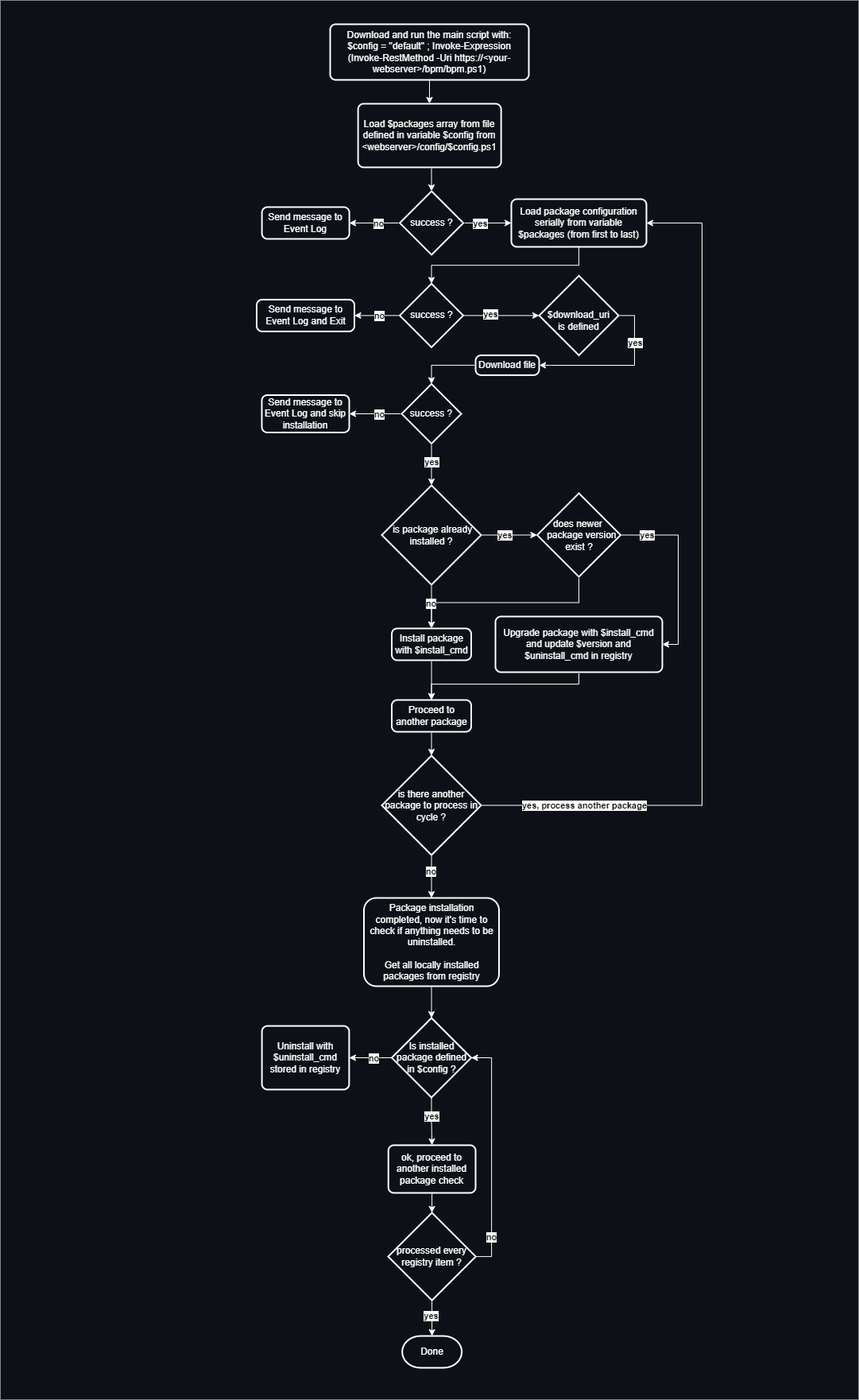
Before: bpm.png, a diagram exported from draw.io (lukasbalonek/bpm). Source tidied: cells renumbered, new cells last; positions are measured from the earlier drawing's top-left corner, leaving out a move shared by most shapes.
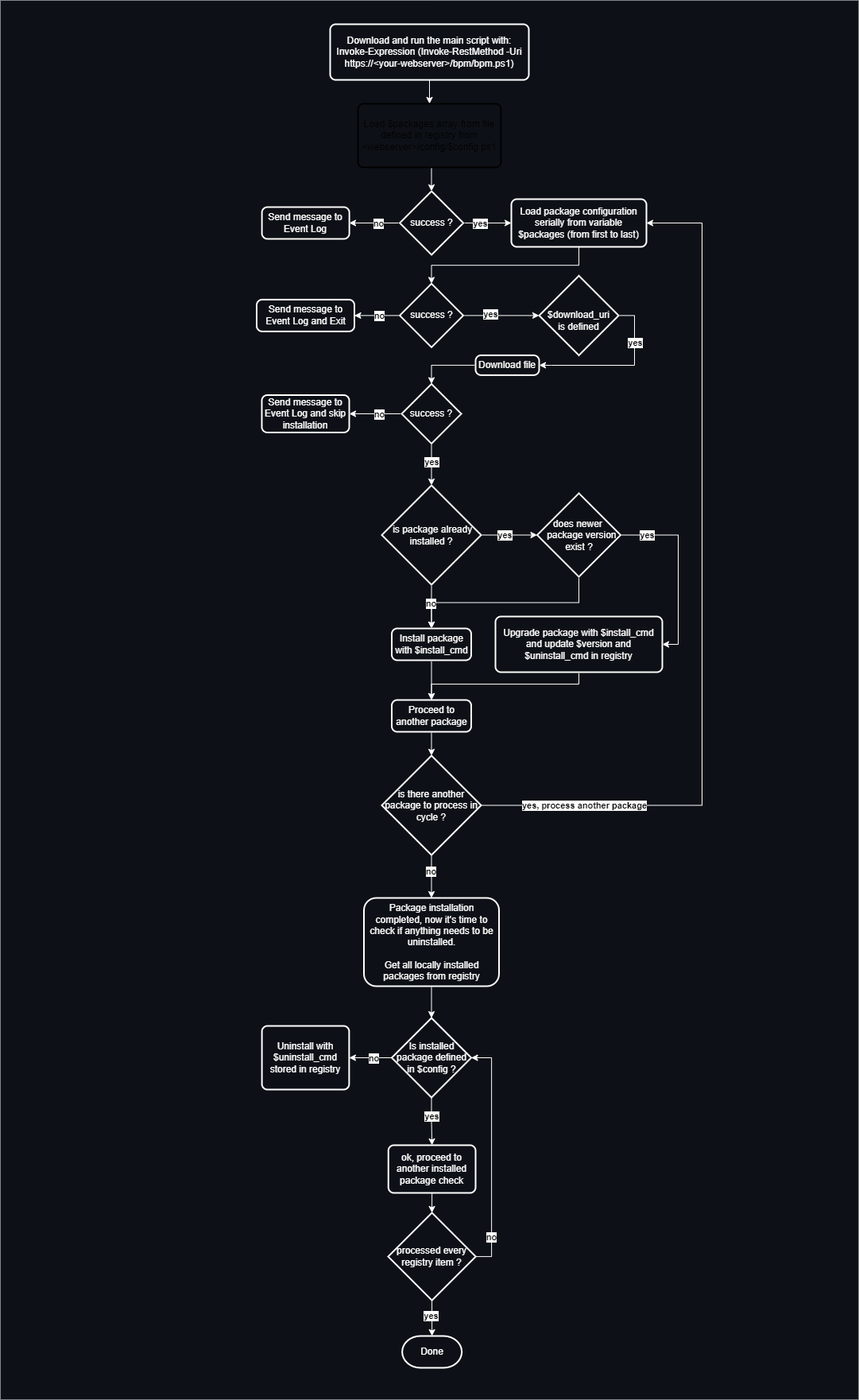
The same file after the commit.

What changed in the source:
```diff
@@ -11,7 +11,7 @@
     <mxCell id="4" style="edgeStyle=orthogonalEdgeStyle;rounded=0;jettySize=auto;exitX=0.5;exitY=1;exitDx=0;exitDy=0;entryX=0.5;entryY=0;entryDx=0;entryDy=0;entryPerimeter=0;strokeColor=#FFFFFF;fontColor=#FFFFFF;labelBackgroundColor=#FFFFFF;labelBorderColor=none;html=1;" parent="1" edge="1" source="5" target="22">
       <mxGeometry relative="1" as="geometry" />
     </mxCell>
-    <mxCell id="5" value="Load $packages array from file defined in variable $config from &amp;lt;webserver&amp;gt;/config/$config.ps1" style="rounded=1;whiteSpace=wrap;html=1;absoluteArcSize=1;arcSize=14;strokeWidth=2;strokeColor=default;fillColor=none;" parent="1" vertex="1">
+    <mxCell id="5" value="Load $packages array from file defined in registry from &amp;lt;webserver&amp;gt;/config/$config.ps1" style="rounded=1;whiteSpace=wrap;html=1;absoluteArcSize=1;arcSize=14;strokeWidth=2;strokeColor=default;fillColor=none;" parent="1" vertex="1">
       <mxGeometry x="450" y="130" width="180" height="80" as="geometry" />
     </mxCell>
     <mxCell id="6" style="edgeStyle=orthogonalEdgeStyle;rounded=0;jettySize=auto;exitX=0.5;exitY=1;exitDx=0;exitDy=0;entryX=0.5;entryY=0;entryDx=0;entryDy=0;entryPerimeter=0;strokeColor=#FFFFFF;fontColor=#FFFFFF;labelBackgroundColor=#FFFFFF;labelBorderColor=none;html=1;" parent="1" edge="1" source="7" target="28">
@@ -188,7 +188,7 @@
     <mxCell id="52" value="ok, proceed to another installed package check" style="rounded=1;whiteSpace=wrap;html=1;absoluteArcSize=1;arcSize=14;strokeWidth=2;strokeColor=#FFFFFF;fillColor=none;perimeterSpacing=0;shadow=0;fontColor=#FFFFFF;fillStyle=solid;" parent="1" vertex="1">
       <mxGeometry x="488.2" y="1440" width="109.8" height="60" as="geometry" />
     </mxCell>
-    <mxCell id="53" value="Download and run the main script with: &lt;br&gt;$config = &quot;default&quot; ; Invoke-Expression (Invoke-RestMethod -Uri https://&amp;lt;your-webserver&amp;gt;/bpm/bpm.ps1)" style="rounded=1;whiteSpace=wrap;html=1;absoluteArcSize=1;arcSize=14;strokeWidth=2;strokeColor=#FFFFFF;fillColor=none;fillStyle=solid;fontColor=#FFFFFF;" parent="1" vertex="1">
+    <mxCell id="53" value="Download and run the main script with: &lt;br&gt;Invoke-Expression (Invoke-RestMethod -Uri https://&amp;lt;your-webserver&amp;gt;/bpm/bpm.ps1)" style="rounded=1;whiteSpace=wrap;html=1;absoluteArcSize=1;arcSize=14;strokeWidth=2;strokeColor=#FFFFFF;fillColor=none;fillStyle=solid;fontColor=#FFFFFF;" parent="1" vertex="1">
       <mxGeometry x="415" y="30" width="250" height="70" as="geometry" />
     </mxCell>
     <mxCell id="54" value="Send message to Event Log and skip installation" style="rounded=1;whiteSpace=wrap;html=1;absoluteArcSize=1;arcSize=14;strokeWidth=2;strokeColor=default;fillColor=none;perimeterSpacing=0;shadow=0;" parent="1" vertex="1">
@@ -239,18 +239,12 @@
     <mxCell id="66" value="Done" style="strokeWidth=2;html=1;shape=mxgraph.flowchart.terminator;whiteSpace=wrap;fillColor=none;strokeColor=#FFFFFF;perimeterSpacing=0;shadow=0;fontColor=#FFFFFF;rounded=1;arcSize=14;fillStyle=solid;" parent="1" vertex="1">
       <mxGeometry x="505.6" y="1680" width="75" height="40" as="geometry" />
     </mxCell>
-    <mxCell id="67" value="Load $packages array from file defined in variable $config from &amp;lt;webserver&amp;gt;/config/$config.ps1" style="rounded=1;whiteSpace=wrap;html=1;absoluteArcSize=1;arcSize=14;strokeWidth=2;strokeColor=default;fillColor=none;" parent="1" vertex="1">
-      <mxGeometry x="450.1" y="130" width="180" height="80" as="geometry" />
-    </mxCell>
     <mxCell id="68" value="success ?" style="strokeWidth=2;html=1;shape=mxgraph.flowchart.decision;whiteSpace=wrap;fillColor=none;strokeColor=default;perimeterSpacing=0;shadow=0;" parent="1" vertex="1">
       <mxGeometry x="502.6" y="240" width="80" height="80" as="geometry" />
     </mxCell>
     <mxCell id="69" value="Send message to Event Log" style="rounded=1;whiteSpace=wrap;html=1;absoluteArcSize=1;arcSize=14;strokeWidth=2;fillColor=none;strokeColor=default;perimeterSpacing=0;shadow=0;" parent="1" vertex="1">
       <mxGeometry x="329.1" y="260" width="110" height="40" as="geometry" />
     </mxCell>
-    <mxCell id="70" value="Load $packages array from file defined in variable $config from &amp;lt;webserver&amp;gt;/config/$config.ps1" style="rounded=1;whiteSpace=wrap;html=1;absoluteArcSize=1;arcSize=14;strokeWidth=2;strokeColor=default;fillColor=none;" parent="1" vertex="1">
-      <mxGeometry x="450.1" y="130" width="180" height="80" as="geometry" />
-    </mxCell>
     <mxCell id="71" value="success ?" style="strokeWidth=2;html=1;shape=mxgraph.flowchart.decision;whiteSpace=wrap;fillColor=none;strokeColor=default;perimeterSpacing=0;shadow=0;" parent="1" vertex="1">
       <mxGeometry x="502.6" y="240" width="80" height="80" as="geometry" />
     </mxCell>
@@ -287,9 +281,6 @@
     <mxCell id="82" value="Install package with $install_cmd" style="rounded=1;whiteSpace=wrap;html=1;absoluteArcSize=1;arcSize=14;strokeWidth=2;fillColor=none;strokeColor=default;perimeterSpacing=0;shadow=0;" parent="1" vertex="1">
       <mxGeometry x="492.5" y="790" width="100" height="40" as="geometry" />
     </mxCell>
-    <mxCell id="83" value="Load $packages array from file defined in variable $config from &amp;lt;webserver&amp;gt;/config/$config.ps1" style="rounded=1;whiteSpace=wrap;html=1;absoluteArcSize=1;arcSize=14;strokeWidth=2;strokeColor=#FFFFFF;fillColor=none;fontColor=#FFFFFF;fillStyle=solid;" parent="1" vertex="1">
-      <mxGeometry x="450.1" y="130" width="180" height="80" as="geometry" />
-    </mxCell>
     <mxCell id="84" value="success ?" style="strokeWidth=2;html=1;shape=mxgraph.flowchart.decision;whiteSpace=wrap;fillColor=none;strokeColor=#FFFFFF;perimeterSpacing=0;shadow=0;fontColor=#FFFFFF;rounded=1;arcSize=14;fillStyle=solid;" parent="1" vertex="1">
       <mxGeometry x="502.6" y="240" width="80" height="80" as="geometry" />
     </mxCell>
```
